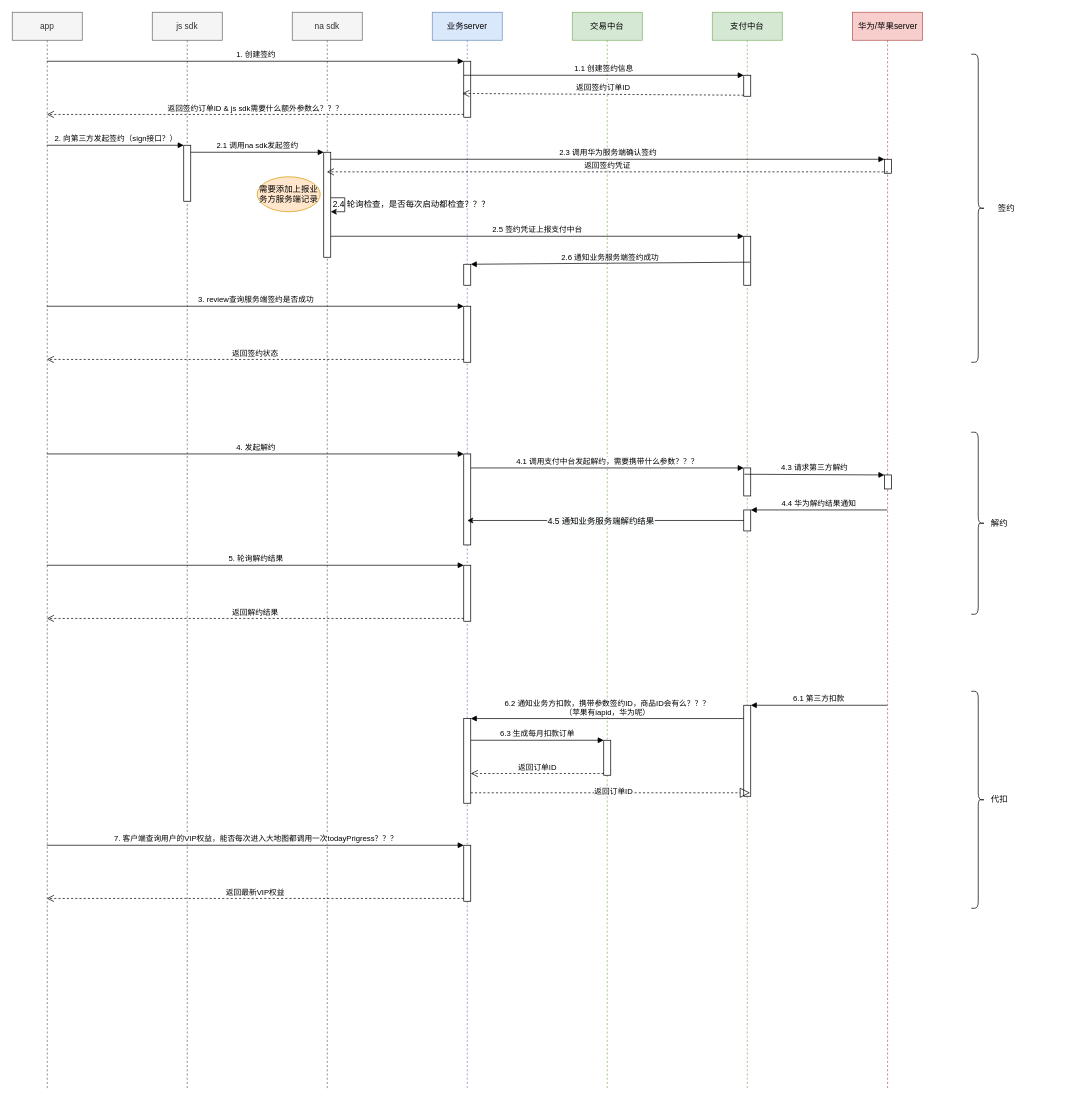
This is 代扣流程.drawio from wgyuuu/flow_chart, a draw.io file, before an edit. Source tidied: cells renumbered, new cells numbered last; positions are measured from the earlier drawing's top-left corner, leaving out a move shared by most shapes. Both pictures are drawn from the tidied source at 70%, with x=0, y=0 at pixel (12, 12).
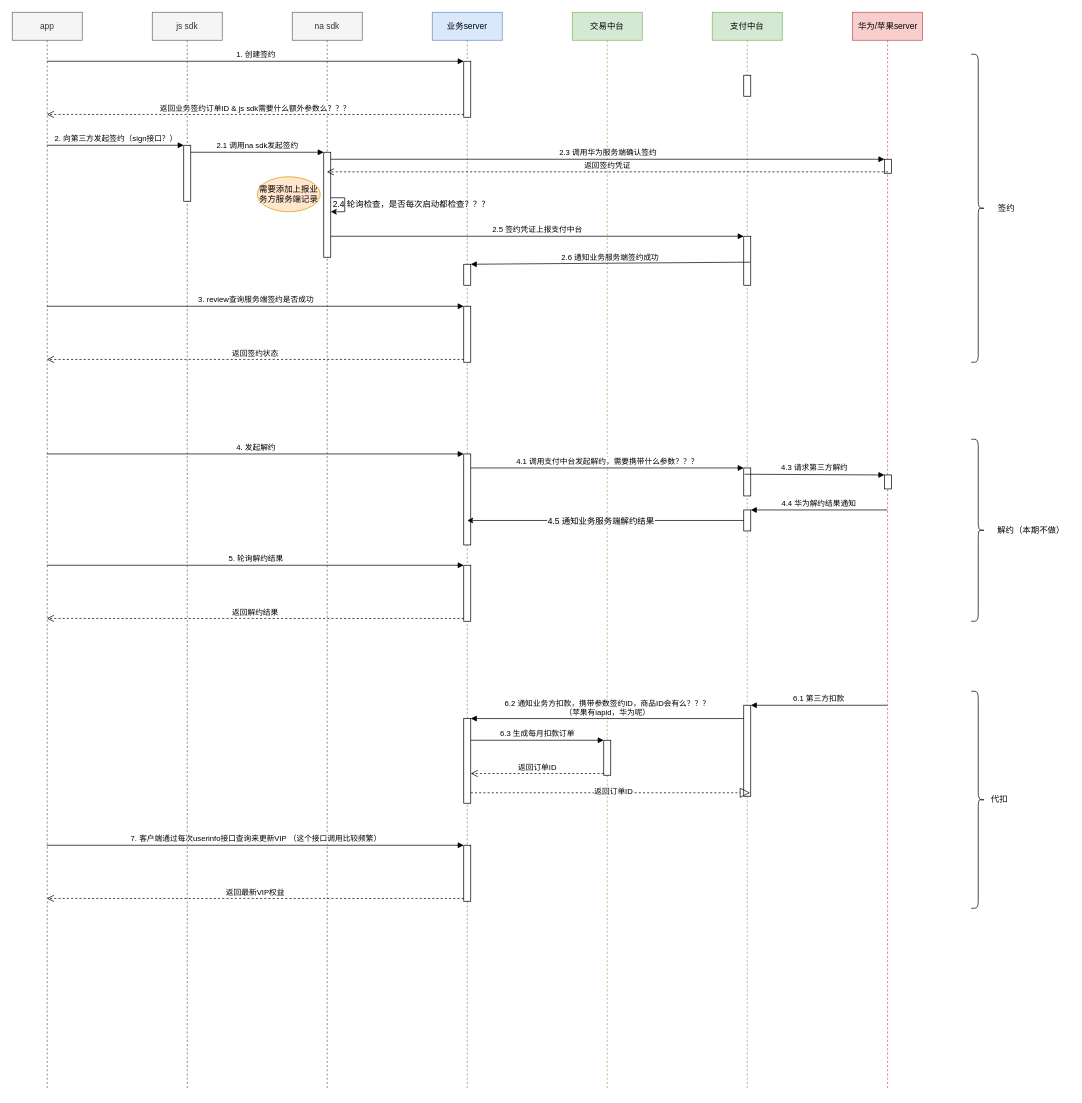
The same diagram, later.

Unchanged cells that the change refers to:
```xml
<mxCell id="2" value="app" style="shape=umlLifeline;perimeter=lifelinePerimeter;whiteSpace=wrap;html=1;outlineConnect=0;fillColor=#f5f5f5;strokeColor=#666666;fontColor=#333333;" parent="1" vertex="1">
  <mxGeometry width="100" height="1540" as="geometry" />
</mxCell>
<mxCell id="14" style="html=1;points=[];perimeter=orthogonalPerimeter;" parent="8" vertex="1">
  <mxGeometry x="45" y="1190" width="10" height="80" as="geometry" />
</mxCell>
<mxCell id="18" style="html=1;points=[];perimeter=orthogonalPerimeter;" parent="17" vertex="1">
  <mxGeometry x="45" y="90" width="10" height="30" as="geometry" />
</mxCell>
<mxCell id="26" style="html=1;points=[];perimeter=orthogonalPerimeter;" parent="1" vertex="1">
  <mxGeometry x="645" y="70" width="10" height="80" as="geometry" />
</mxCell>
```

Diff of the diagram source:
```diff
@@
-    <mxCell id="28" value="返回签约订单ID &amp;amp; js sdk需要什么额外参数么？？？" style="html=1;verticalAlign=bottom;endArrow=open;dashed=1;endSize=8;exitX=0;exitY=0.95;" parent="1" edge="1" source="26" target="2">
+    <mxCell id="28" value="返回业务签约订单ID &amp;amp; js sdk需要什么额外参数么？？？" style="html=1;verticalAlign=bottom;endArrow=open;dashed=1;endSize=8;exitX=0;exitY=0.95;" parent="1" edge="1" source="26" target="2">
       <mxGeometry relative="1" as="geometry" />
     </mxCell>
-    <mxCell id="29" value="1.1 创建签约信息" style="html=1;verticalAlign=bottom;endArrow=block;entryX=0;entryY=0;exitX=0;exitY=0.25;exitDx=0;exitDy=0;exitPerimeter=0;" parent="1" edge="1" source="26" target="18">
-      <mxGeometry relative="1" as="geometry" />
-    </mxCell>
-    <mxCell id="30" value="返回签约订单ID" style="html=1;verticalAlign=bottom;endArrow=open;dashed=1;endSize=8;exitX=0;exitY=0.95;entryX=-0.2;entryY=0.575;entryDx=0;entryDy=0;entryPerimeter=0;" parent="1" edge="1" source="18" target="26">
-      <mxGeometry relative="1" as="geometry" />
-    </mxCell>
@@
-    <mxCell id="55" value="7. 客户端查询用户的VIP权益，能否每次进入大地图都调用一次todayPrigress？？？" style="html=1;verticalAlign=bottom;endArrow=block;entryX=0;entryY=0;" parent="1" edge="1" source="2" target="14">
+    <mxCell id="55" value="7. 客户端通过每次userinfo接口查询来更新VIP （这个接口调用比较频繁）" style="html=1;verticalAlign=bottom;endArrow=block;entryX=0;entryY=0;" parent="1" edge="1" source="2" target="14">
       <mxGeometry relative="1" as="geometry" />
     </mxCell>
@@
     <mxCell id="59" style="shape=curlyBracket;whiteSpace=wrap;html=1;rounded=1;flipH=1;" parent="1" vertex="1">
-      <mxGeometry x="1370" y="600" width="20" height="260" as="geometry" />
+      <mxGeometry x="1370" y="610" width="20" height="260" as="geometry" />
     </mxCell>
-    <mxCell id="60" value="解约" style="text;html=1;align=center;verticalAlign=middle;strokeColor=none;" parent="1" vertex="1">
-      <mxGeometry x="1390" y="720" width="40" height="20" as="geometry" />
+    <mxCell id="60" value="解约（本期不做）" style="text;html=1;align=center;verticalAlign=middle;strokeColor=none;" parent="1" vertex="1">
+      <mxGeometry x="1400" y="730" width="110" height="20" as="geometry" />
     </mxCell>
```
